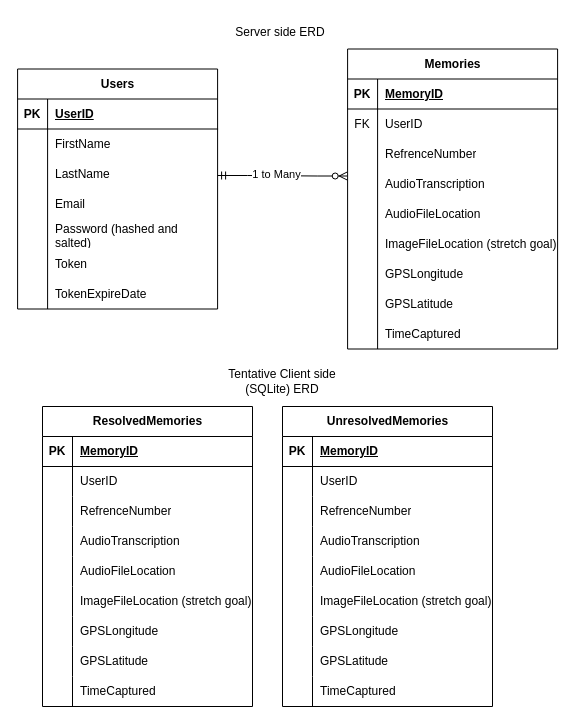
Above: docs/database/ERDs.drawio in Encore-sd/Encore (draw.io), before the change. Source tidied: cells renumbered, new cells numbered last; positions are measured from the earlier drawing's top-left corner, leaving out a move shared by most shapes. Both pictures are drawn from the tidied source at 100%, with x=0, y=0 at pixel (17, 16).
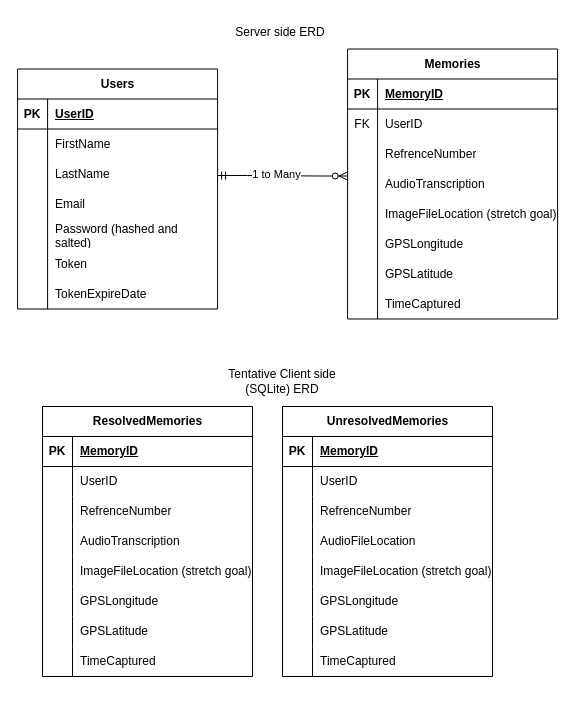
The same diagram, later.

The edit, as a diff of the source:
```diff
@@
     <mxCell id="24" value="Memories" style="shape=table;startSize=30;childLayout=tableLayout;rowLines=0;fontStyle=1;align=center;html=1;" parent="1" vertex="1">
-      <mxGeometry x="330.1" y="32.5" width="210" height="300" as="geometry" />
+      <mxGeometry x="330.1" y="32.5" width="210" height="270" as="geometry" />
     </mxCell>
@@
-    <mxCell id="37" style="shape=tableRow;horizontal=0;startSize=0;swimlaneHead=0;swimlaneBody=0;fillColor=none;top=0;left=0;right=0;bottom=0;" parent="24" vertex="1">
-      <mxGeometry y="150" width="210" height="30" as="geometry" />
-    </mxCell>
-    <mxCell id="38" style="shape=partialRectangle;fillColor=none;top=0;left=0;bottom=0;right=0;overflow=hidden;whiteSpace=wrap;html=1;" parent="37" vertex="1">
-      <mxGeometry width="30" height="30" as="geometry" />
-    </mxCell>
-    <mxCell id="39" value="AudioFileLocation" style="shape=partialRectangle;fillColor=none;top=0;left=0;bottom=0;right=0;align=left;spacingLeft=6;overflow=hidden;whiteSpace=wrap;html=1;" parent="37" vertex="1">
-      <mxGeometry x="30" width="180" height="30" as="geometry" />
-    </mxCell>
     <mxCell id="40" style="shape=tableRow;horizontal=0;startSize=0;swimlaneHead=0;swimlaneBody=0;fillColor=none;top=0;left=0;right=0;bottom=0;" parent="24" vertex="1">
-      <mxGeometry y="180" width="210" height="30" as="geometry" />
+      <mxGeometry y="150" width="210" height="30" as="geometry" />
     </mxCell>
@@
     <mxCell id="43" style="shape=tableRow;horizontal=0;startSize=0;swimlaneHead=0;swimlaneBody=0;fillColor=none;top=0;left=0;right=0;bottom=0;" parent="24" vertex="1">
-      <mxGeometry y="210" width="210" height="30" as="geometry" />
+      <mxGeometry y="180" width="210" height="30" as="geometry" />
     </mxCell>
@@
     <mxCell id="46" style="shape=tableRow;horizontal=0;startSize=0;swimlaneHead=0;swimlaneBody=0;fillColor=none;top=0;left=0;right=0;bottom=0;" parent="24" vertex="1">
-      <mxGeometry y="240" width="210" height="30" as="geometry" />
+      <mxGeometry y="210" width="210" height="30" as="geometry" />
     </mxCell>
@@
     <mxCell id="49" style="shape=tableRow;horizontal=0;startSize=0;swimlaneHead=0;swimlaneBody=0;fillColor=none;top=0;left=0;right=0;bottom=0;" parent="24" vertex="1">
-      <mxGeometry y="270" width="210" height="30" as="geometry" />
+      <mxGeometry y="240" width="210" height="30" as="geometry" />
     </mxCell>
@@
     <mxCell id="56" value="ResolvedMemories" style="shape=table;startSize=30;childLayout=tableLayout;rowLines=0;fontStyle=1;align=center;html=1;" parent="1" vertex="1">
-      <mxGeometry x="25" y="390" width="210" height="300" as="geometry" />
+      <mxGeometry x="25" y="390" width="210" height="270" as="geometry" />
     </mxCell>
@@
-    <mxCell id="69" style="shape=tableRow;horizontal=0;startSize=0;swimlaneHead=0;swimlaneBody=0;fillColor=none;top=0;left=0;right=0;bottom=0;" parent="56" vertex="1">
-      <mxGeometry y="150" width="210" height="30" as="geometry" />
-    </mxCell>
-    <mxCell id="70" style="shape=partialRectangle;fillColor=none;top=0;left=0;bottom=0;right=0;overflow=hidden;whiteSpace=wrap;html=1;" parent="69" vertex="1">
-      <mxGeometry width="30" height="30" as="geometry" />
-    </mxCell>
-    <mxCell id="71" value="AudioFileLocation" style="shape=partialRectangle;fillColor=none;top=0;left=0;bottom=0;right=0;align=left;spacingLeft=6;overflow=hidden;whiteSpace=wrap;html=1;" parent="69" vertex="1">
-      <mxGeometry x="30" width="180" height="30" as="geometry" />
-    </mxCell>
     <mxCell id="72" style="shape=tableRow;horizontal=0;startSize=0;swimlaneHead=0;swimlaneBody=0;fillColor=none;top=0;left=0;right=0;bottom=0;" parent="56" vertex="1">
-      <mxGeometry y="180" width="210" height="30" as="geometry" />
+      <mxGeometry y="150" width="210" height="30" as="geometry" />
     </mxCell>
@@
     <mxCell id="75" style="shape=tableRow;horizontal=0;startSize=0;swimlaneHead=0;swimlaneBody=0;fillColor=none;top=0;left=0;right=0;bottom=0;" parent="56" vertex="1">
-      <mxGeometry y="210" width="210" height="30" as="geometry" />
+      <mxGeometry y="180" width="210" height="30" as="geometry" />
     </mxCell>
@@
     <mxCell id="78" style="shape=tableRow;horizontal=0;startSize=0;swimlaneHead=0;swimlaneBody=0;fillColor=none;top=0;left=0;right=0;bottom=0;" parent="56" vertex="1">
-      <mxGeometry y="240" width="210" height="30" as="geometry" />
+      <mxGeometry y="210" width="210" height="30" as="geometry" />
     </mxCell>
@@
     <mxCell id="81" style="shape=tableRow;horizontal=0;startSize=0;swimlaneHead=0;swimlaneBody=0;fillColor=none;top=0;left=0;right=0;bottom=0;" parent="56" vertex="1">
-      <mxGeometry y="270" width="210" height="30" as="geometry" />
+      <mxGeometry y="240" width="210" height="30" as="geometry" />
     </mxCell>
@@
     <mxCell id="84" value="UnresolvedMemories" style="shape=table;startSize=30;childLayout=tableLayout;rowLines=0;fontStyle=1;align=center;html=1;" parent="1" vertex="1">
-      <mxGeometry x="265" y="390" width="210" height="300" as="geometry" />
+      <mxGeometry x="265" y="390" width="210" height="270" as="geometry" />
     </mxCell>
@@
-    <mxCell id="94" style="shape=tableRow;horizontal=0;startSize=0;swimlaneHead=0;swimlaneBody=0;fillColor=none;top=0;left=0;right=0;bottom=0;" parent="84" vertex="1">
-      <mxGeometry y="120" width="210" height="30" as="geometry" />
-    </mxCell>
-    <mxCell id="95" style="shape=partialRectangle;fillColor=none;top=0;left=0;bottom=0;right=0;overflow=hidden;whiteSpace=wrap;html=1;" parent="94" vertex="1">
-      <mxGeometry width="30" height="30" as="geometry" />
-    </mxCell>
-    <mxCell id="96" value="AudioTranscription" style="shape=partialRectangle;fillColor=none;top=0;left=0;bottom=0;right=0;align=left;spacingLeft=6;overflow=hidden;whiteSpace=wrap;html=1;" parent="94" vertex="1">
-      <mxGeometry x="30" width="180" height="30" as="geometry" />
-    </mxCell>
     <mxCell id="97" style="shape=tableRow;horizontal=0;startSize=0;swimlaneHead=0;swimlaneBody=0;fillColor=none;top=0;left=0;right=0;bottom=0;" parent="84" vertex="1">
-      <mxGeometry y="150" width="210" height="30" as="geometry" />
+      <mxGeometry y="120" width="210" height="30" as="geometry" />
     </mxCell>
@@
     <mxCell id="100" style="shape=tableRow;horizontal=0;startSize=0;swimlaneHead=0;swimlaneBody=0;fillColor=none;top=0;left=0;right=0;bottom=0;" parent="84" vertex="1">
-      <mxGeometry y="180" width="210" height="30" as="geometry" />
+      <mxGeometry y="150" width="210" height="30" as="geometry" />
     </mxCell>
@@
     <mxCell id="103" style="shape=tableRow;horizontal=0;startSize=0;swimlaneHead=0;swimlaneBody=0;fillColor=none;top=0;left=0;right=0;bottom=0;" parent="84" vertex="1">
-      <mxGeometry y="210" width="210" height="30" as="geometry" />
+      <mxGeometry y="180" width="210" height="30" as="geometry" />
     </mxCell>
@@
     <mxCell id="106" style="shape=tableRow;horizontal=0;startSize=0;swimlaneHead=0;swimlaneBody=0;fillColor=none;top=0;left=0;right=0;bottom=0;" parent="84" vertex="1">
-      <mxGeometry y="240" width="210" height="30" as="geometry" />
+      <mxGeometry y="210" width="210" height="30" as="geometry" />
     </mxCell>
@@
     <mxCell id="109" style="shape=tableRow;horizontal=0;startSize=0;swimlaneHead=0;swimlaneBody=0;fillColor=none;top=0;left=0;right=0;bottom=0;" parent="84" vertex="1">
-      <mxGeometry y="270" width="210" height="30" as="geometry" />
+      <mxGeometry y="240" width="210" height="30" as="geometry" />
     </mxCell>
```
